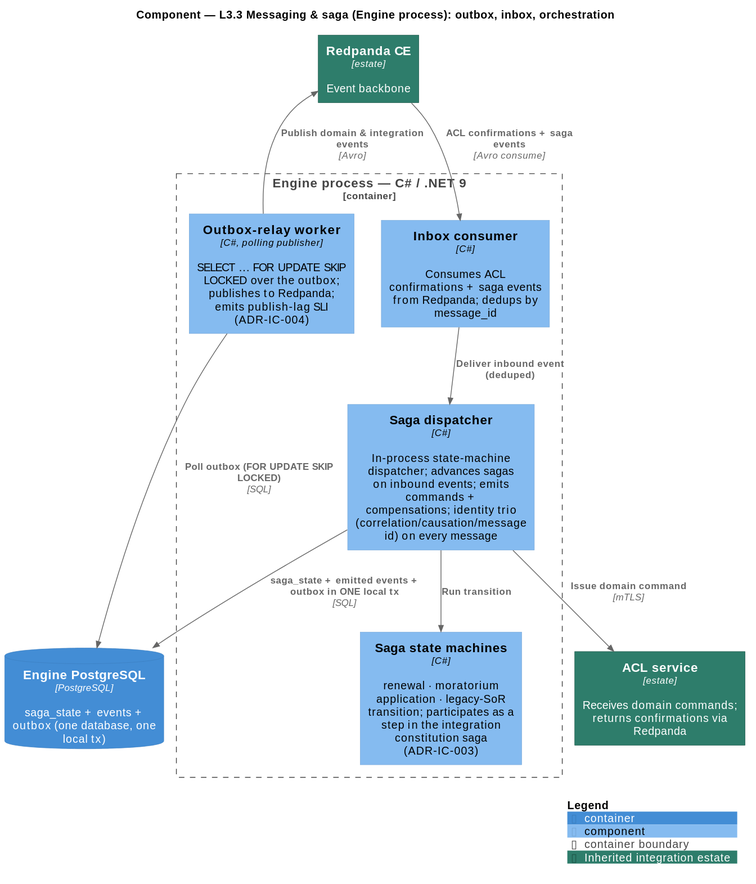
Before: docs/product-management/product_concepts/diagrams/c4-l3-messaging-saga.svg, a diagram exported from PlantUML (jhosm/archie). Its diagram source:
```plantuml
@startuml
!include <C4/C4_Component>

AddElementTag("family", $bgColor="#B8860B", $fontColor="#FFFFFF", $borderColor="#7A5B08", $legendText="Loaded from the family schema at startup (not engine code)")
AddElementTag("estate", $bgColor="#2E7D6B", $fontColor="#FFFFFF", $borderColor="#1F5749", $legendText="Inherited integration estate")
AddElementTag("ref", $bgColor="#8A94A6", $fontColor="#FFFFFF", $borderColor="#5F6A7D", $legendText="Detailed in another Level 3 diagram")

title Component — L3.3 Messaging & saga (Engine process): outbox, inbox, orchestration

Container_Boundary(engine, "Engine process — C# / .NET 9") {
  Component(sagadisp, "Saga dispatcher", "C#", "In-process state-machine dispatcher; advances sagas on inbound events; emits commands + compensations; identity trio (correlation/causation/message id) on every message")
  Component(sagasm, "Saga state machines", "C#", "renewal · moratorium application · legacy-SoR transition; participates as a step in the integration constitution saga (ADR-IC-003)")
  Component(inbox, "Inbox consumer", "C#", "Consumes ACL confirmations + saga events from Redpanda; dedups by message_id")
  Component(outbox, "Outbox-relay worker", "C#, polling publisher", "SELECT ... FOR UPDATE SKIP LOCKED over the outbox; publishes to Redpanda; emits publish-lag SLI (ADR-IC-004)")
}

ContainerDb(pg, "Engine PostgreSQL", "PostgreSQL", "saga_state + events + outbox (one database, one local tx)")
Container(redpanda, "Redpanda CE", "estate", "Event backbone", $tags="estate")
Container(acl, "ACL service", "estate", "Receives domain commands; returns confirmations via Redpanda", $tags="estate")

Rel(redpanda, inbox, "ACL confirmations + saga events", "Avro consume")
Rel(inbox, sagadisp, "Deliver inbound event (deduped)")
Rel(sagadisp, sagasm, "Run transition")
Rel(sagadisp, acl, "Issue domain command", "mTLS")
Rel(sagadisp, pg, "saga_state + emitted events + outbox in ONE local tx", "SQL")
Rel(outbox, pg, "Poll outbox (FOR UPDATE SKIP LOCKED)", "SQL")
Rel(outbox, redpanda, "Publish domain & integration events", "Avro")

SHOW_LEGEND()
@enduml
```
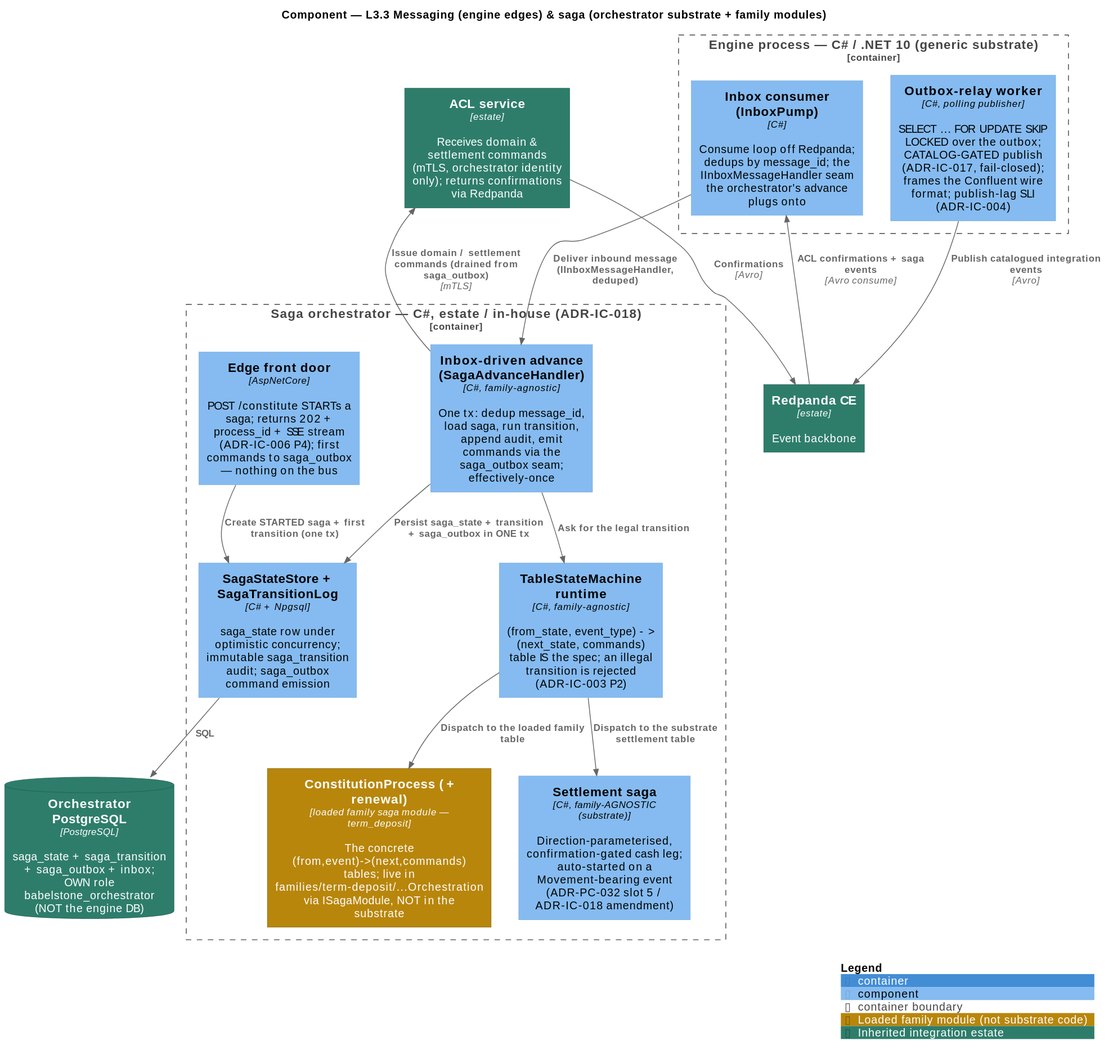
Above is the later version.

Diff of the diagram source:
```diff
@@ -1,30 +1,41 @@
 @startuml
 !include <C4/C4_Component>
 
-AddElementTag("family", $bgColor="#B8860B", $fontColor="#FFFFFF", $borderColor="#7A5B08", $legendText="Loaded from the family schema at startup (not engine code)")
+AddElementTag("family", $bgColor="#B8860B", $fontColor="#FFFFFF", $borderColor="#7A5B08", $legendText="Loaded family module (not substrate code)")
 AddElementTag("estate", $bgColor="#2E7D6B", $fontColor="#FFFFFF", $borderColor="#1F5749", $legendText="Inherited integration estate")
 AddElementTag("ref", $bgColor="#8A94A6", $fontColor="#FFFFFF", $borderColor="#5F6A7D", $legendText="Detailed in another Level 3 diagram")
 
-title Component — L3.3 Messaging & saga (Engine process): outbox, inbox, orchestration
+title Component — L3.3 Messaging (engine edges) & saga (orchestrator substrate + family modules)
 
-Container_Boundary(engine, "Engine process — C# / .NET 9") {
-  Component(sagadisp, "Saga dispatcher", "C#", "In-process state-machine dispatcher; advances sagas on inbound events; emits commands + compensations; identity trio (correlation/causation/message id) on every message")
-  Component(sagasm, "Saga state machines", "C#", "renewal · moratorium application · legacy-SoR transition; participates as a step in the integration constitution saga (ADR-IC-003)")
-  Component(inbox, "Inbox consumer", "C#", "Consumes ACL confirmations + saga events from Redpanda; dedups by message_id")
-  Component(outbox, "Outbox-relay worker", "C#, polling publisher", "SELECT ... FOR UPDATE SKIP LOCKED over the outbox; publishes to Redpanda; emits publish-lag SLI (ADR-IC-004)")
+Container_Boundary(engine, "Engine process — C# / .NET 10 (generic substrate)") {
+  Component(outbox, "Outbox-relay worker", "C#, polling publisher", "SELECT ... FOR UPDATE SKIP LOCKED over the outbox; CATALOG-GATED publish (ADR-IC-017, fail-closed); frames the Confluent wire format; publish-lag SLI (ADR-IC-004)")
+  Component(inbox, "Inbox consumer (InboxPump)", "C#", "Consume loop off Redpanda; dedups by message_id; the IInboxMessageHandler seam the orchestrator's advance plugs onto")
 }
 
-ContainerDb(pg, "Engine PostgreSQL", "PostgreSQL", "saga_state + events + outbox (one database, one local tx)")
+Container_Boundary(orch, "Saga orchestrator — C#, estate / in-house (ADR-IC-018)") {
+  Component(edge, "Edge front door", "AspNetCore", "POST /constitute STARTs a saga; returns 202 + process_id + SSE stream (ADR-IC-006 P4); first commands to saga_outbox — nothing on the bus")
+  Component(advance, "Inbox-driven advance (SagaAdvanceHandler)", "C#, family-agnostic", "One tx: dedup message_id, load saga, run transition, append audit, emit commands via the saga_outbox seam; effectively-once")
+  Component(tsm, "TableStateMachine runtime", "C#, family-agnostic", "(from_state, event_type) -> (next_state, commands) table IS the spec; an illegal transition is rejected (ADR-IC-003 P2)")
+  Component(stores, "SagaStateStore + SagaTransitionLog", "C# + Npgsql", "saga_state row under optimistic concurrency; immutable saga_transition audit; saga_outbox command emission")
+  Component(constitution, "ConstitutionProcess (+ renewal)", "loaded family saga module — term_deposit", "The concrete (from,event)->(next,commands) tables; live in families/term-deposit/...Orchestration via ISagaModule, NOT in the substrate", $tags="family")
+  Component(settlement, "Settlement saga", "C#, family-AGNOSTIC (substrate)", "Direction-parameterised, confirmation-gated cash leg; auto-started on a Movement-bearing event (ADR-PC-032 slot 5 / ADR-IC-018 amendment)")
+}
+
+ContainerDb(orchpg, "Orchestrator PostgreSQL", "PostgreSQL", "saga_state + saga_transition + saga_outbox + inbox; OWN role babelstone_orchestrator (NOT the engine DB)", $tags="estate")
 Container(redpanda, "Redpanda CE", "estate", "Event backbone", $tags="estate")
-Container(acl, "ACL service", "estate", "Receives domain commands; returns confirmations via Redpanda", $tags="estate")
+Container(acl, "ACL service", "estate", "Receives domain & settlement commands (mTLS, orchestrator identity only); returns confirmations via Redpanda", $tags="estate")
 
+Rel(outbox, redpanda, "Publish catalogued integration events", "Avro")
 Rel(redpanda, inbox, "ACL confirmations + saga events", "Avro consume")
-Rel(inbox, sagadisp, "Deliver inbound event (deduped)")
-Rel(sagadisp, sagasm, "Run transition")
-Rel(sagadisp, acl, "Issue domain command", "mTLS")
-Rel(sagadisp, pg, "saga_state + emitted events + outbox in ONE local tx", "SQL")
-Rel(outbox, pg, "Poll outbox (FOR UPDATE SKIP LOCKED)", "SQL")
-Rel(outbox, redpanda, "Publish domain & integration events", "Avro")
+Rel(inbox, advance, "Deliver inbound message (IInboxMessageHandler, deduped)")
+Rel(advance, tsm, "Ask for the legal transition")
+Rel(tsm, constitution, "Dispatch to the loaded family table")
+Rel(tsm, settlement, "Dispatch to the substrate settlement table")
+Rel(advance, stores, "Persist saga_state + transition + saga_outbox in ONE tx")
+Rel(stores, orchpg, "SQL")
+Rel(edge, stores, "Create STARTED saga + first transition (one tx)")
+Rel(advance, acl, "Issue domain / settlement commands (drained from saga_outbox)", "mTLS")
+Rel(acl, redpanda, "Confirmations", "Avro")
 
 SHOW_LEGEND()
 @enduml
```
